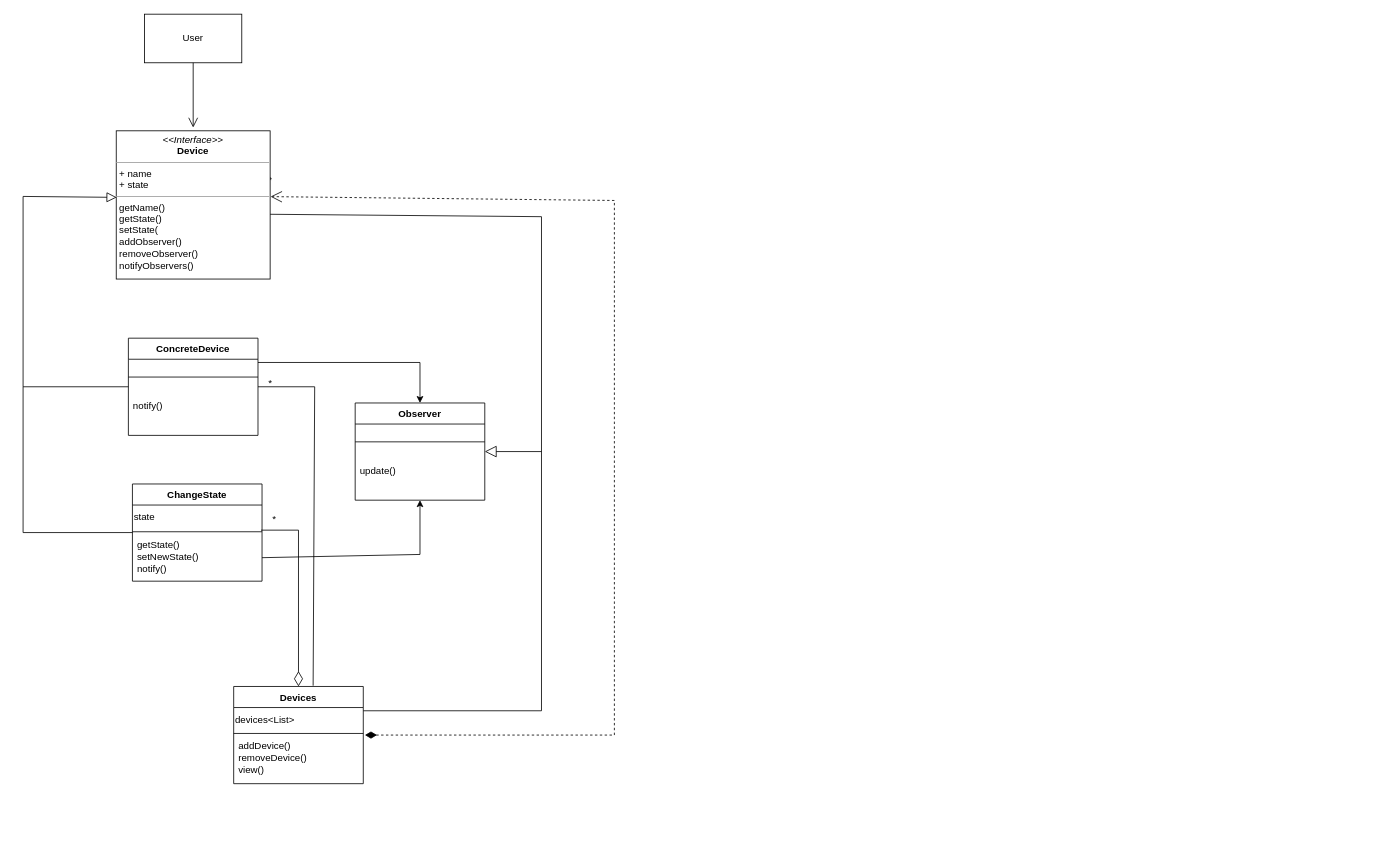
sirfan123/1530 keeps this draw.io diagram as Assignment 2.drawio. Above is the earlier version. Source tidied: cells renumbered, new cells numbered last; positions are measured from the earlier drawing's top-left corner, leaving out a move shared by most shapes. Both pictures are drawn from the tidied source at 81%, with x=0, y=0 at pixel (23, 14).
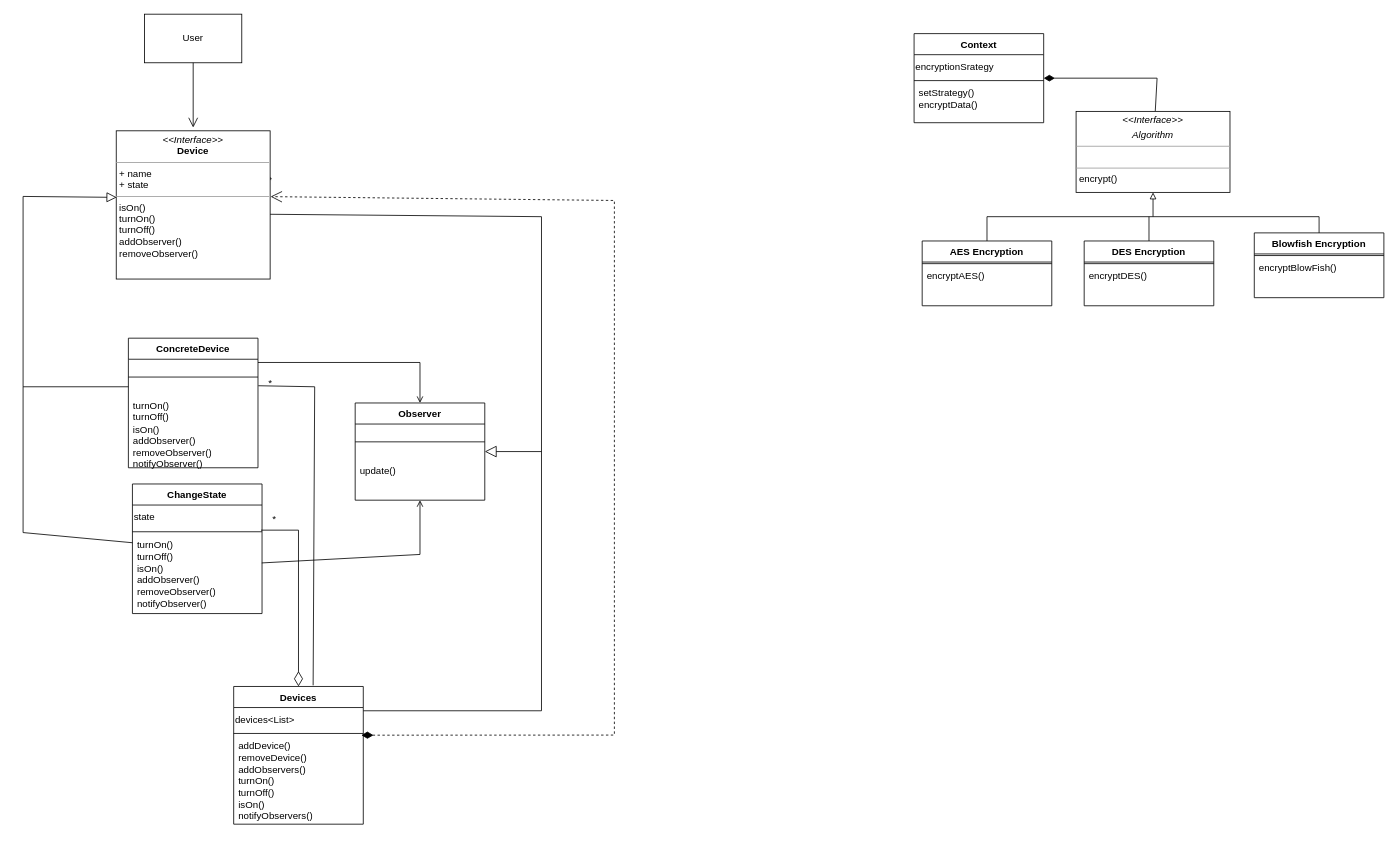
After the change.

The change refers to these unchanged cells:
```xml
<mxCell id="5" value="Observer" style="swimlane;fontStyle=1;align=center;verticalAlign=top;horizontal=1;startSize=26;whiteSpace=wrap;html=1;" parent="1" vertex="1">
  <mxGeometry x="410" y="480" width="160" height="120" as="geometry" />
</mxCell>
<mxCell id="13" value="devices&amp;lt;List&amp;gt;" style="text;html=1;align=left;verticalAlign=middle;points=[];strokeColor=none;fillColor=none;" parent="12" vertex="1">
  <mxGeometry y="26" width="160" height="30" as="geometry" />
</mxCell>
<mxCell id="24" value="*" style="text;html=1;align=center;verticalAlign=middle;points=[];strokeColor=none;fillColor=none;" parent="1" vertex="1">
  <mxGeometry x="290" y="440" width="30" height="30" as="geometry" />
</mxCell>
```

Diff of the diagram source:
```diff
@@
     <mxCell id="2" value="ConcreteDevice" style="swimlane;fontStyle=1;align=center;verticalAlign=top;horizontal=1;startSize=26;whiteSpace=wrap;html=1;" parent="1" vertex="1">
-      <mxGeometry x="130" y="400" width="160" height="120" as="geometry" />
+      <mxGeometry x="130" y="400" width="160" height="160" as="geometry" />
     </mxCell>
@@
-    <mxCell id="4" value="notify()" style="text;strokeColor=none;fillColor=none;align=left;verticalAlign=top;spacingLeft=4;spacingRight=4;overflow=hidden;whiteSpace=wrap;html=1;" parent="2" vertex="1">
-      <mxGeometry y="70" width="160" height="50" as="geometry" />
+    <mxCell id="4" value="turnOn()&lt;br&gt;turnOff()&lt;br&gt;isOn() &lt;br&gt;addObserver()&lt;br&gt;removeObserver()&lt;br&gt;notifyObserver()" style="text;strokeColor=none;fillColor=none;align=left;verticalAlign=top;spacingLeft=4;spacingRight=4;overflow=hidden;whiteSpace=wrap;html=1;" parent="2" vertex="1">
+      <mxGeometry y="70" width="160" height="90" as="geometry" />
     </mxCell>
@@
     <mxCell id="8" value="ChangeState" style="swimlane;fontStyle=1;align=center;verticalAlign=top;horizontal=1;startSize=26;whiteSpace=wrap;html=1;" parent="1" vertex="1">
-      <mxGeometry x="135" y="580" width="160" height="120" as="geometry" />
+      <mxGeometry x="135" y="580" width="160" height="160" as="geometry" />
     </mxCell>
@@
-    <mxCell id="11" value="getState()&lt;br&gt;setNewState() &lt;br&gt;notify()" style="text;strokeColor=none;fillColor=none;align=left;verticalAlign=top;spacingLeft=4;spacingRight=4;overflow=hidden;points=[[0,0.5],[1,0.5]];portConstraint=eastwest;whiteSpace=wrap;html=1;" parent="8" vertex="1">
-      <mxGeometry y="62" width="160" height="58" as="geometry" />
+    <mxCell id="11" value="turnOn()&lt;br style=&quot;border-color: var(--border-color);&quot;&gt;turnOff()&lt;br style=&quot;border-color: var(--border-color);&quot;&gt;isOn()&amp;nbsp;&lt;br style=&quot;border-color: var(--border-color);&quot;&gt;addObserver()&lt;br style=&quot;border-color: var(--border-color);&quot;&gt;removeObserver()&lt;br style=&quot;border-color: var(--border-color);&quot;&gt;notifyObserver()" style="text;strokeColor=none;fillColor=none;align=left;verticalAlign=top;spacingLeft=4;spacingRight=4;overflow=hidden;points=[[0,0.5],[1,0.5]];portConstraint=eastwest;whiteSpace=wrap;html=1;" parent="8" vertex="1">
+      <mxGeometry y="62" width="160" height="98" as="geometry" />
     </mxCell>
     <mxCell id="12" value="Devices" style="swimlane;fontStyle=1;align=center;verticalAlign=top;horizontal=1;startSize=26;whiteSpace=wrap;html=1;" parent="1" vertex="1">
-      <mxGeometry x="260" y="830" width="160" height="120" as="geometry" />
+      <mxGeometry x="260" y="830" width="160" height="170" as="geometry" />
     </mxCell>
@@
-    <mxCell id="15" value="addDevice()&lt;br&gt;removeDevice()&lt;br&gt;view()" style="text;strokeColor=none;fillColor=none;align=left;verticalAlign=top;spacingLeft=4;spacingRight=4;overflow=hidden;whiteSpace=wrap;html=1;" parent="12" vertex="1">
-      <mxGeometry y="60" width="160" height="60" as="geometry" />
+    <mxCell id="15" value="addDevice()&lt;br&gt;removeDevice()&lt;br&gt;addObservers()&lt;br&gt;turnOn() &lt;br&gt;turnOff() &lt;br&gt;isOn() &lt;br&gt;notifyObservers()" style="text;strokeColor=none;fillColor=none;align=left;verticalAlign=top;spacingLeft=4;spacingRight=4;overflow=hidden;whiteSpace=wrap;html=1;" parent="12" vertex="1">
+      <mxGeometry y="60" width="160" height="110" as="geometry" />
     </mxCell>
@@
-    <mxCell id="18" style="endArrow=block;html=1;rounded=0;endFill=0;startSize=6;jumpSize=6;endSize=10;entryX=0.003;entryY=0.449;entryDx=0;entryDy=0;entryPerimeter=0;" parent="1" edge="1" source="2" target="30">
+    <mxCell id="18" style="endArrow=block;html=1;rounded=0;endFill=0;startSize=6;jumpSize=6;endSize=10;entryX=0.003;entryY=0.449;entryDx=0;entryDy=0;entryPerimeter=0;" parent="1" edge="1" target="30">
       <mxGeometry relative="1" as="geometry">
+        <mxPoint x="130" y="460" as="sourcePoint" />
         <Array as="points">
           <mxPoint y="460" />
           <mxPoint y="225" />
         </Array>
       </mxGeometry>
     </mxCell>
-    <mxCell id="19" style="endArrow=open;dashed=1;html=1;rounded=0;endFill=0;startArrow=diamondThin;startFill=1;targetPerimeterSpacing=0;sourcePerimeterSpacing=2;strokeWidth=1;startSize=12;endSize=12;entryX=1.003;entryY=0.444;entryDx=0;entryDy=0;entryPerimeter=0;" parent="1" edge="1" source="12" target="30">
+    <mxCell id="19" style="endArrow=open;dashed=1;html=1;rounded=0;endFill=0;startArrow=diamondThin;startFill=1;targetPerimeterSpacing=0;sourcePerimeterSpacing=2;strokeWidth=1;startSize=12;endSize=12;entryX=1.003;entryY=0.444;entryDx=0;entryDy=0;entryPerimeter=0;exitX=0.985;exitY=1.138;exitDx=0;exitDy=0;exitPerimeter=0;" parent="1" edge="1" source="13" target="30">
       <mxGeometry relative="1" as="geometry">
         <Array as="points">
           <mxPoint x="730" y="890" />
           <mxPoint x="730" y="230" />
         </Array>
       </mxGeometry>
     </mxCell>
@@
-    <mxCell id="23" style="endArrow=none;html=1;rounded=0;entryX=0.613;entryY=-0.008;entryDx=0;entryDy=0;entryPerimeter=0;" parent="1" edge="1" source="2" target="12">
+    <mxCell id="23" style="endArrow=none;html=1;rounded=0;entryX=0.613;entryY=-0.008;entryDx=0;entryDy=0;entryPerimeter=0;exitX=0.014;exitY=0.624;exitDx=0;exitDy=0;exitPerimeter=0;" parent="1" edge="1" source="24" target="12">
       <mxGeometry relative="1" as="geometry">
         <Array as="points">
           <mxPoint x="360" y="460" />
         </Array>
       </mxGeometry>
     </mxCell>
@@
-    <mxCell id="25" style="endArrow=classic;html=1;rounded=0;exitX=1;exitY=0.25;exitDx=0;exitDy=0;" parent="1" edge="1" source="2" target="5">
+    <mxCell id="25" style="endArrow=open;html=1;rounded=0;endFill=0;" parent="1" edge="1" target="5">
       <mxGeometry relative="1" as="geometry">
+        <mxPoint x="290" y="430" as="sourcePoint" />
         <Array as="points">
           <mxPoint x="490" y="430" />
         </Array>
       </mxGeometry>
     </mxCell>
-    <mxCell id="26" style="endArrow=classic;html=1;rounded=0;exitX=1;exitY=0.5;exitDx=0;exitDy=0;" parent="1" edge="1" source="11" target="5">
+    <mxCell id="26" style="endArrow=open;html=1;rounded=0;exitX=0.998;exitY=0.362;exitDx=0;exitDy=0;endFill=0;exitPerimeter=0;" parent="1" edge="1" source="11" target="5">
       <mxGeometry relative="1" as="geometry">
         <Array as="points">
           <mxPoint x="490" y="667" />
         </Array>
       </mxGeometry>
     </mxCell>
@@
-    <mxCell id="30" value="&lt;p style=&quot;margin:0px;margin-top:4px;text-align:center;&quot;&gt;&lt;i&gt;&amp;lt;&amp;lt;Interface&amp;gt;&amp;gt;&lt;/i&gt;&lt;br&gt;&lt;b&gt;Device&lt;/b&gt;&lt;/p&gt;&lt;hr size=&quot;1&quot;&gt;&lt;p style=&quot;margin:0px;margin-left:4px;&quot;&gt;+ name&lt;br&gt;+ state&lt;/p&gt;&lt;hr size=&quot;1&quot;&gt;&lt;p style=&quot;margin:0px;margin-left:4px;&quot;&gt;getName()&lt;br style=&quot;border-color: var(--border-color);&quot;&gt;getState()&lt;br style=&quot;border-color: var(--border-color);&quot;&gt;setState(&lt;br style=&quot;border-color: var(--border-color);&quot;&gt;addObserver()&lt;br style=&quot;border-color: var(--border-color);&quot;&gt;removeObserver()&lt;br style=&quot;border-color: var(--border-color);&quot;&gt;notifyObservers()&amp;nbsp;&lt;br&gt;&lt;/p&gt;" style="verticalAlign=top;align=left;overflow=fill;fontSize=12;fontFamily=Helvetica;html=1;whiteSpace=wrap;" parent="1" vertex="1">
+    <mxCell id="30" value="&lt;p style=&quot;margin:0px;margin-top:4px;text-align:center;&quot;&gt;&lt;i&gt;&amp;lt;&amp;lt;Interface&amp;gt;&amp;gt;&lt;/i&gt;&lt;br&gt;&lt;b&gt;Device&lt;/b&gt;&lt;/p&gt;&lt;hr size=&quot;1&quot;&gt;&lt;p style=&quot;margin:0px;margin-left:4px;&quot;&gt;+ name&lt;br&gt;+ state&lt;/p&gt;&lt;hr size=&quot;1&quot;&gt;&lt;p style=&quot;margin:0px;margin-left:4px;&quot;&gt;isOn()&lt;/p&gt;&lt;p style=&quot;margin:0px;margin-left:4px;&quot;&gt;turnOn()&lt;/p&gt;&lt;p style=&quot;margin:0px;margin-left:4px;&quot;&gt;turnOff()&lt;br&gt;&lt;/p&gt;&lt;p style=&quot;margin:0px;margin-left:4px;&quot;&gt;addObserver()&lt;/p&gt;&lt;p style=&quot;margin:0px;margin-left:4px;&quot;&gt;removeObserver()&lt;/p&gt;" style="verticalAlign=top;align=left;overflow=fill;fontSize=12;fontFamily=Helvetica;html=1;whiteSpace=wrap;" parent="1" vertex="1">
       <mxGeometry x="115" y="144" width="190" height="183" as="geometry" />
     </mxCell>
+    <mxCell id="31" value="Context" style="swimlane;fontStyle=1;align=center;verticalAlign=top;horizontal=1;startSize=26;whiteSpace=wrap;html=1;" parent="1" vertex="1">
+      <mxGeometry x="1100" y="24" width="160" height="110" as="geometry" />
+    </mxCell>
+    <mxCell id="32" value="encryptionSrategy" style="text;html=1;align=left;verticalAlign=middle;strokeColor=none;fillColor=none;" parent="31" vertex="1">
+      <mxGeometry y="26" width="160" height="30" as="geometry" />
+    </mxCell>
+    <mxCell id="33" style="line;strokeWidth=1;fillColor=none;align=left;verticalAlign=middle;spacingTop=-1;spacingLeft=3;spacingRight=3;labelPosition=right;strokeColor=inherit;" parent="31" vertex="1">
+      <mxGeometry y="56" width="160" height="4" as="geometry" />
+    </mxCell>
+    <mxCell id="34" value="setStrategy()&lt;br&gt;encryptData()" style="text;strokeColor=none;fillColor=none;align=left;verticalAlign=top;spacingLeft=4;spacingRight=4;overflow=hidden;whiteSpace=wrap;html=1;" parent="31" vertex="1">
+      <mxGeometry y="60" width="160" height="50" as="geometry" />
+    </mxCell>
+    <mxCell id="35" style="endArrow=none;html=1;rounded=0;startArrow=diamondThin;startFill=1;targetPerimeterSpacing=0;sourcePerimeterSpacing=0;endSize=0;startSize=11;" parent="1" edge="1" source="31" target="36">
+      <mxGeometry relative="1" as="geometry">
+        <Array as="points">
+          <mxPoint x="1400" y="79" />
+        </Array>
+      </mxGeometry>
+    </mxCell>
+    <mxCell id="36" value="&lt;p style=&quot;margin:0px;margin-top:4px;text-align:center;&quot;&gt;&lt;i&gt;&amp;lt;&amp;lt;Interface&amp;gt;&amp;gt;&lt;/i&gt;&lt;br&gt;&lt;/p&gt;&lt;p style=&quot;margin:0px;margin-top:4px;text-align:center;&quot;&gt;&lt;i&gt;Algorithm&lt;/i&gt;&lt;/p&gt;&lt;hr size=&quot;1&quot;&gt;&lt;p style=&quot;margin:0px;margin-left:4px;&quot;&gt;&lt;br&gt;&lt;/p&gt;&lt;hr size=&quot;1&quot;&gt;&lt;p style=&quot;margin:0px;margin-left:4px;&quot;&gt;encrypt()&lt;/p&gt;" style="verticalAlign=top;align=left;overflow=fill;fontSize=12;fontFamily=Helvetica;html=1;whiteSpace=wrap;" parent="1" vertex="1">
+      <mxGeometry x="1300" y="120" width="190" height="100" as="geometry" />
+    </mxCell>
+    <mxCell id="37" value="AES Encryption" style="swimlane;fontStyle=1;align=center;verticalAlign=top;horizontal=1;startSize=26;whiteSpace=wrap;html=1;" parent="1" vertex="1">
+      <mxGeometry x="1110" y="280" width="160" height="80" as="geometry" />
+    </mxCell>
+    <mxCell id="38" style="line;strokeWidth=1;fillColor=none;align=left;verticalAlign=middle;spacingTop=-1;spacingLeft=3;spacingRight=3;labelPosition=right;strokeColor=inherit;" parent="37" vertex="1">
+      <mxGeometry y="26" width="160" height="4" as="geometry" />
+    </mxCell>
+    <mxCell id="39" value="encryptAES()" style="text;strokeColor=none;fillColor=none;align=left;verticalAlign=top;spacingLeft=4;spacingRight=4;overflow=hidden;whiteSpace=wrap;html=1;" parent="37" vertex="1">
+      <mxGeometry y="30" width="160" height="50" as="geometry" />
+    </mxCell>
+    <mxCell id="40" value="DES Encryption" style="swimlane;fontStyle=1;align=center;verticalAlign=top;horizontal=1;startSize=26;whiteSpace=wrap;html=1;" parent="1" vertex="1">
+      <mxGeometry x="1310" y="280" width="160" height="80" as="geometry" />
+    </mxCell>
+    <mxCell id="41" style="line;strokeWidth=1;fillColor=none;align=left;verticalAlign=middle;spacingTop=-1;spacingLeft=3;spacingRight=3;labelPosition=right;strokeColor=inherit;" parent="40" vertex="1">
+      <mxGeometry y="26" width="160" height="4" as="geometry" />
+    </mxCell>
+    <mxCell id="42" value="encryptDES()" style="text;strokeColor=none;fillColor=none;align=left;verticalAlign=top;spacingLeft=4;spacingRight=4;overflow=hidden;whiteSpace=wrap;html=1;" parent="40" vertex="1">
+      <mxGeometry y="30" width="160" height="50" as="geometry" />
+    </mxCell>
+    <mxCell id="43" value="Blowfish Encryption" style="swimlane;fontStyle=1;align=center;verticalAlign=top;horizontal=1;startSize=26;whiteSpace=wrap;html=1;" parent="1" vertex="1">
+      <mxGeometry x="1520" y="270" width="160" height="80" as="geometry" />
+    </mxCell>
+    <mxCell id="44" style="line;strokeWidth=1;fillColor=none;align=left;verticalAlign=middle;spacingTop=-1;spacingLeft=3;spacingRight=3;labelPosition=right;strokeColor=inherit;" parent="43" vertex="1">
+      <mxGeometry y="26" width="160" height="4" as="geometry" />
+    </mxCell>
+    <mxCell id="45" value="encryptBlowFish()" style="text;strokeColor=none;fillColor=none;align=left;verticalAlign=top;spacingLeft=4;spacingRight=4;overflow=hidden;whiteSpace=wrap;html=1;" parent="43" vertex="1">
+      <mxGeometry y="30" width="160" height="50" as="geometry" />
+    </mxCell>
+    <mxCell id="46" style="endArrow=block;html=1;rounded=0;endFill=0;" parent="1" edge="1" target="36">
+      <mxGeometry relative="1" as="geometry">
+        <mxPoint x="1395" y="250" as="sourcePoint" />
+      </mxGeometry>
+    </mxCell>
+    <mxCell id="47" style="endArrow=none;html=1;rounded=0;" parent="1" edge="1" source="37" target="43">
+      <mxGeometry relative="1" as="geometry">
+        <Array as="points">
+          <mxPoint x="1190" y="250" />
+          <mxPoint x="1600" y="250" />
+        </Array>
+      </mxGeometry>
+    </mxCell>
+    <mxCell id="48" style="endArrow=none;html=1;rounded=0;" parent="1" edge="1" source="40">
+      <mxGeometry relative="1" as="geometry">
+        <mxPoint x="1390" y="250" as="targetPoint" />
+      </mxGeometry>
+    </mxCell>
```
